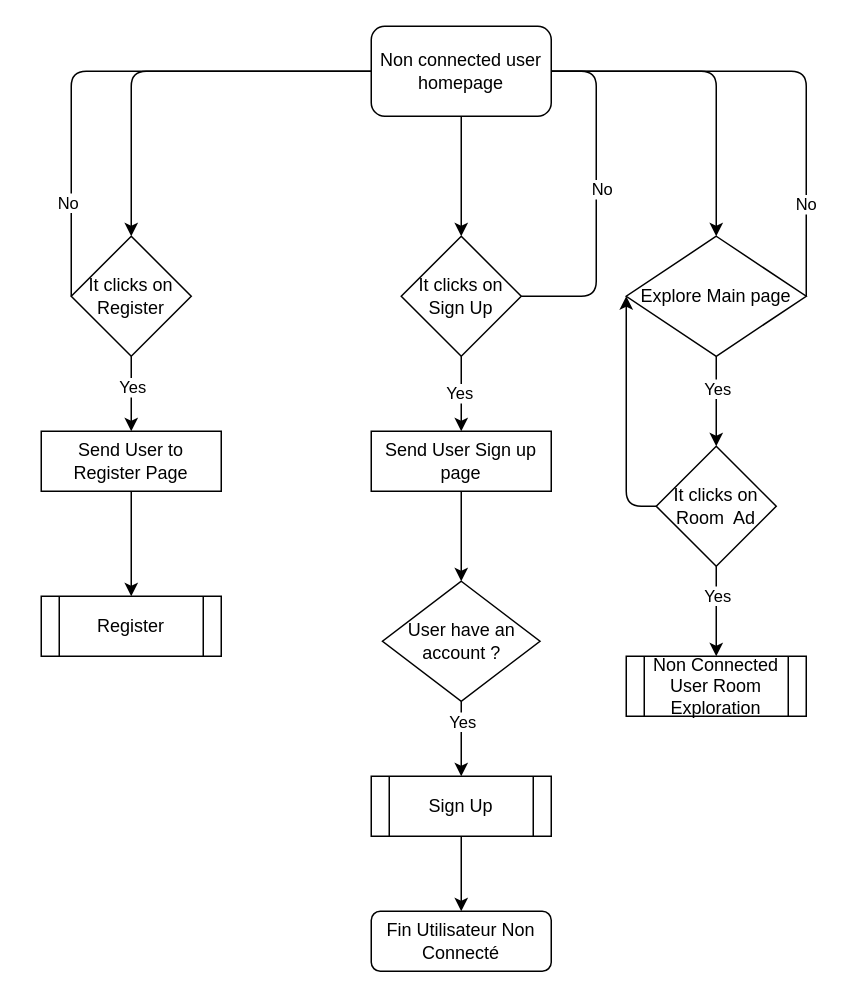
This is prodDocs/Algoritme/SecondTry/NonConnectedUser/Homepage.drawio from Conchero/ecf-back, a draw.io file, before an edit. Source tidied: cells renumbered, new cells numbered last; positions are measured from the earlier drawing's top-left corner, leaving out a move shared by most shapes. Both pictures are drawn from the tidied source at 150%, with x=0, y=0 at pixel (40, 26).
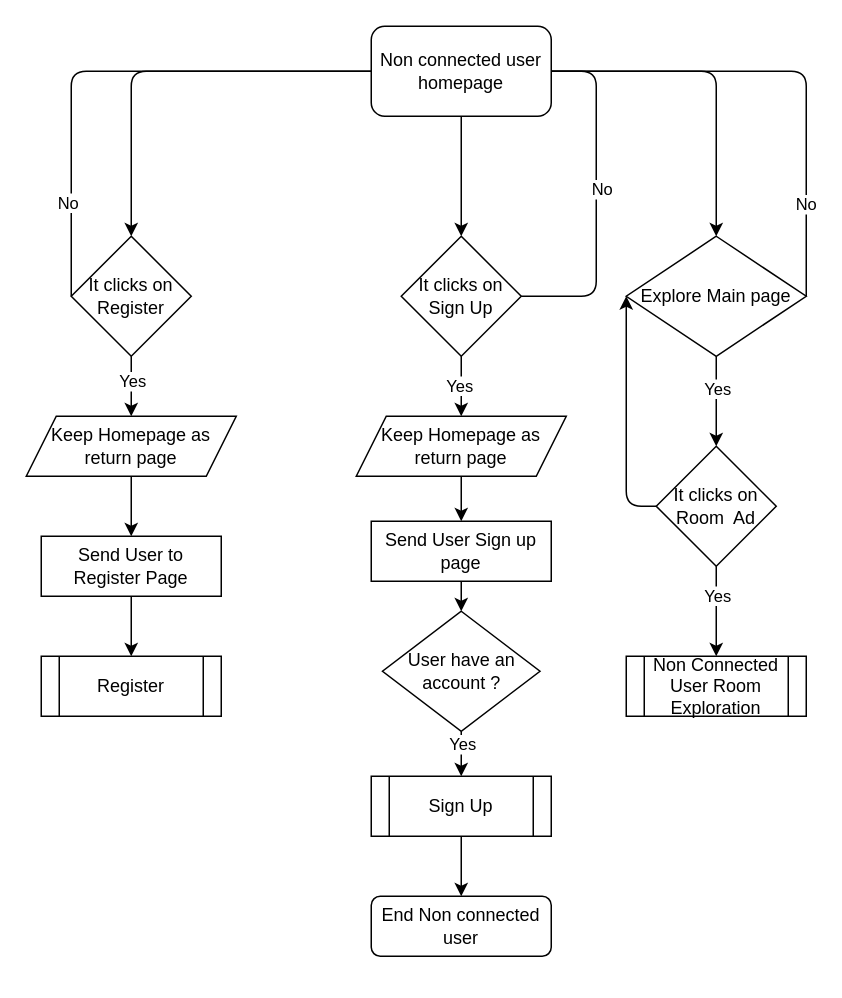
Above is the later version.

Commit message (it also covers changes not shown here):
more algo switching to flux diagram branch

The change refers to these unchanged cells:
```xml
<mxCell id="9" value="It clicks on&lt;div&gt;Register&lt;/div&gt;" style="rhombus;whiteSpace=wrap;html=1;" parent="1" vertex="1">
  <mxGeometry x="20" y="140" width="80" height="80" as="geometry" />
</mxCell>
<mxCell id="14" value="It clicks on Sign Up" style="rhombus;whiteSpace=wrap;html=1;" parent="1" vertex="1">
  <mxGeometry x="240" y="140" width="80" height="80" as="geometry" />
</mxCell>
```

Change to the diagram source:
```diff
@@
-    <mxCell id="12" style="edgeStyle=none;html=1;" parent="1" edge="1" source="14" target="26">
+    <mxCell id="12" style="edgeStyle=none;html=1;" parent="1" edge="1" source="42" target="26">
       <mxGeometry relative="1" as="geometry" />
     </mxCell>
-    <mxCell id="13" value="Yes" style="edgeLabel;html=1;align=center;verticalAlign=middle;" parent="12" vertex="1">
-      <mxGeometry x="-0.03" y="-2" relative="1" as="geometry" />
-    </mxCell>
@@
     <mxCell id="20" value="Register" style="shape=process;whiteSpace=wrap;html=1;backgroundOutline=1;" parent="1" vertex="1">
-      <mxGeometry y="380" width="120" height="40" as="geometry" />
+      <mxGeometry y="420" width="120" height="40" as="geometry" />
     </mxCell>
-    <mxCell id="21" style="edgeStyle=none;html=1;" parent="1" edge="1" source="9" target="23">
+    <mxCell id="21" style="edgeStyle=none;html=1;" parent="1" edge="1" source="39" target="23">
       <mxGeometry relative="1" as="geometry" />
     </mxCell>
-    <mxCell id="22" value="Yes" style="edgeLabel;html=1;align=center;verticalAlign=middle;" parent="21" vertex="1">
-      <mxGeometry x="-0.2" y="3" relative="1" as="geometry">
-        <mxPoint x="-3" as="offset" />
-      </mxGeometry>
-    </mxCell>
     <mxCell id="23" value="Send User to Register Page" style="rounded=0;whiteSpace=wrap;html=1;" parent="1" vertex="1">
-      <mxGeometry y="270" width="120" height="40" as="geometry" />
+      <mxGeometry y="340" width="120" height="40" as="geometry" />
     </mxCell>
-    <mxCell id="24" value="Fin Utilisateur Non Connecté" style="rounded=1;whiteSpace=wrap;html=1;" parent="1" vertex="1">
-      <mxGeometry x="220" y="590" width="120" height="40" as="geometry" />
+    <mxCell id="24" value="End Non connected user" style="rounded=1;whiteSpace=wrap;html=1;" parent="1" vertex="1">
+      <mxGeometry x="220" y="580" width="120" height="40" as="geometry" />
     </mxCell>
@@
     <mxCell id="26" value="Send User Sign up page" style="rounded=0;whiteSpace=wrap;html=1;" parent="1" vertex="1">
-      <mxGeometry x="220" y="270" width="120" height="40" as="geometry" />
+      <mxGeometry x="220" y="330" width="120" height="40" as="geometry" />
     </mxCell>
@@
     <mxCell id="28" value="User have an account ?" style="rhombus;whiteSpace=wrap;html=1;" parent="1" vertex="1">
-      <mxGeometry x="227.5" y="370" width="105" height="80" as="geometry" />
+      <mxGeometry x="227.5" y="390" width="105" height="80" as="geometry" />
     </mxCell>
@@
+    <mxCell id="37" style="edgeStyle=none;html=1;" parent="1" edge="1" source="9" target="39">
+      <mxGeometry relative="1" as="geometry" />
+    </mxCell>
+    <mxCell id="38" value="Yes" style="edgeLabel;html=1;align=center;verticalAlign=middle;" parent="37" vertex="1">
+      <mxGeometry x="-0.2" y="3" relative="1" as="geometry">
+        <mxPoint x="-3" as="offset" />
+      </mxGeometry>
+    </mxCell>
+    <mxCell id="39" value="Keep Homepage as return page" style="shape=parallelogram;perimeter=parallelogramPerimeter;whiteSpace=wrap;html=1;fixedSize=1;" parent="1" vertex="1">
+      <mxGeometry x="-10" y="260" width="140" height="40" as="geometry" />
+    </mxCell>
+    <mxCell id="40" style="edgeStyle=none;html=1;" parent="1" edge="1" source="14" target="42">
+      <mxGeometry relative="1" as="geometry" />
+    </mxCell>
+    <mxCell id="41" value="Yes" style="edgeLabel;html=1;align=center;verticalAlign=middle;" parent="40" vertex="1">
+      <mxGeometry x="-0.03" y="-2" relative="1" as="geometry" />
+    </mxCell>
+    <mxCell id="42" value="Keep Homepage as return page" style="shape=parallelogram;perimeter=parallelogramPerimeter;whiteSpace=wrap;html=1;fixedSize=1;" parent="1" vertex="1">
+      <mxGeometry x="210" y="260" width="140" height="40" as="geometry" />
+    </mxCell>
```
